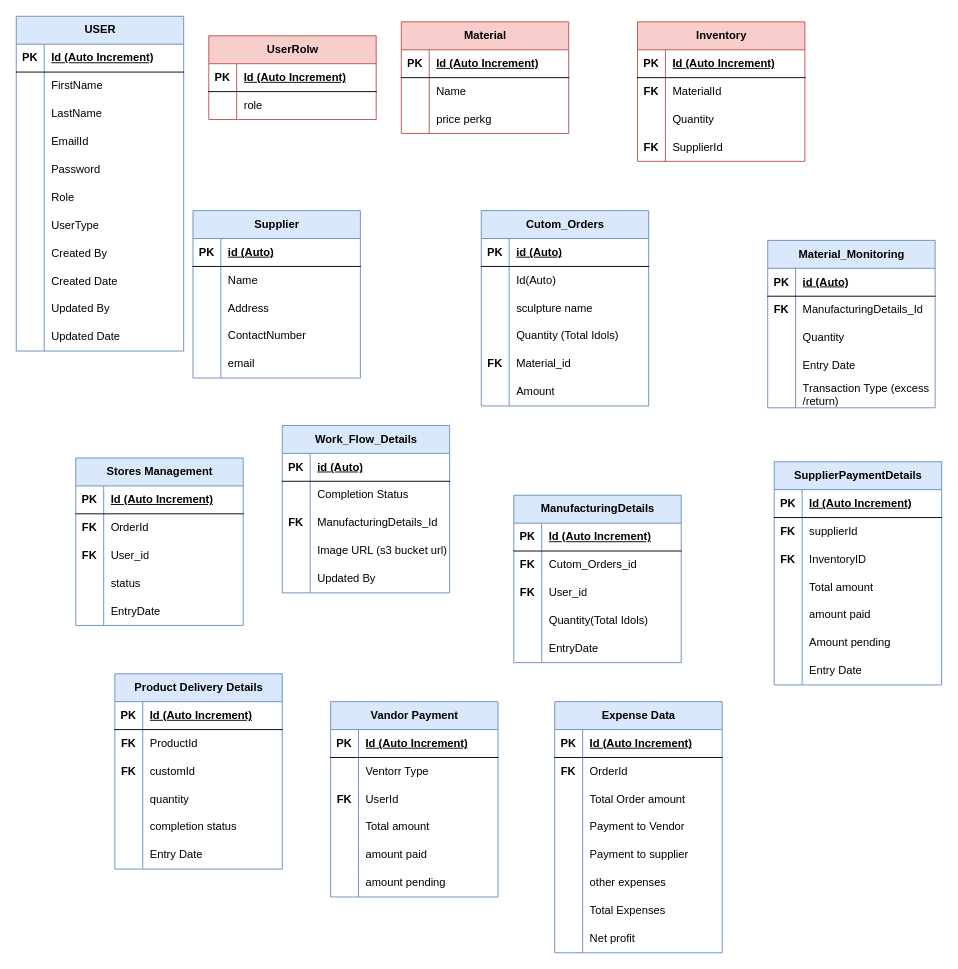
The draw.io diagram ER.drawio in praka07/trip-bis-aws, before the edit. Source tidied: cells renumbered, new cells numbered last; positions are measured from the earlier drawing's top-left corner, leaving out a move shared by most shapes. Both pictures are drawn from the tidied source at 93%, with x=0, y=0 at pixel (16, 16).
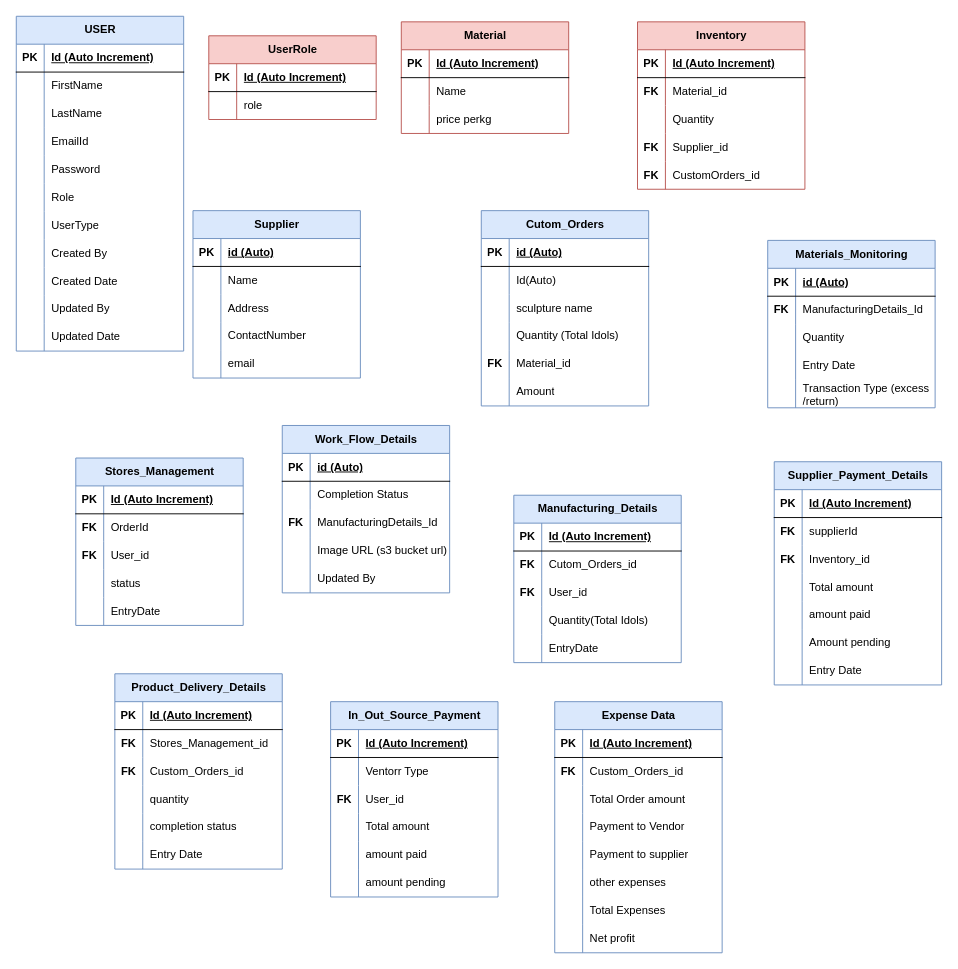
The same diagram, later.

The change refers to these unchanged cells:
```xml
<mxCell id="73" style="shape=tableRow;horizontal=0;startSize=0;swimlaneHead=0;swimlaneBody=0;fillColor=none;top=0;left=0;right=0;bottom=0;" parent="69" vertex="1">
  <mxGeometry y="60" width="180" height="30" as="geometry" />
</mxCell>
<mxCell id="79" style="shape=tableRow;horizontal=0;startSize=0;swimlaneHead=0;swimlaneBody=0;fillColor=none;top=0;left=0;right=0;bottom=0;" parent="69" vertex="1">
  <mxGeometry y="120" width="180" height="30" as="geometry" />
</mxCell>
<mxCell id="169" style="shape=tableRow;horizontal=0;startSize=0;swimlaneHead=0;swimlaneBody=0;fillColor=none;top=0;left=0;right=0;bottom=0;" parent="165" vertex="1">
  <mxGeometry y="60" width="180" height="30" as="geometry" />
</mxCell>
<mxCell id="172" style="shape=tableRow;horizontal=0;startSize=0;swimlaneHead=0;swimlaneBody=0;fillColor=none;top=0;left=0;right=0;bottom=0;" parent="165" vertex="1">
  <mxGeometry y="90" width="180" height="30" as="geometry" />
</mxCell>
<mxCell id="191" style="shape=tableRow;horizontal=0;startSize=0;swimlaneHead=0;swimlaneBody=0;fillColor=none;top=0;left=0;right=0;bottom=0;" parent="184" vertex="1">
  <mxGeometry y="90" width="180" height="30" as="geometry" />
</mxCell>
<mxCell id="213" style="shape=tableRow;horizontal=0;startSize=0;swimlaneHead=0;swimlaneBody=0;fillColor=none;top=0;left=0;right=0;bottom=0;" parent="206" vertex="1">
  <mxGeometry y="90" width="180" height="30" as="geometry" />
</mxCell>
<mxCell id="229" style="shape=tableRow;horizontal=0;startSize=0;swimlaneHead=0;swimlaneBody=0;fillColor=none;top=0;left=0;right=0;bottom=0;" parent="225" vertex="1">
  <mxGeometry y="60" width="180" height="30" as="geometry" />
</mxCell>
```

What changed in the source:
```diff
@@
-    <mxCell id="36" value="UserRolw" style="shape=table;startSize=30;childLayout=tableLayout;rowLines=0;fontStyle=1;align=center;html=1;fillColor=#f8cecc;strokeColor=#b85450;" parent="1" vertex="1">
+    <mxCell id="36" value="UserRole" style="shape=table;startSize=30;childLayout=tableLayout;rowLines=0;fontStyle=1;align=center;html=1;fillColor=#f8cecc;strokeColor=#b85450;" parent="1" vertex="1">
       <mxGeometry x="207" y="21" width="180" height="90" as="geometry" />
     </mxCell>
@@
     <mxCell id="69" value="Inventory" style="shape=table;startSize=30;childLayout=tableLayout;rowLines=0;fontStyle=1;align=center;html=1;fillColor=#f8cecc;strokeColor=#b85450;" parent="1" vertex="1">
-      <mxGeometry x="668" y="6" width="180" height="150" as="geometry" />
+      <mxGeometry x="668" y="6" width="180" height="180" as="geometry" />
     </mxCell>
@@
-    <mxCell id="75" value="MaterialId" style="shape=partialRectangle;fillColor=none;top=0;left=0;bottom=0;right=0;align=left;spacingLeft=6;overflow=hidden;whiteSpace=wrap;html=1;" parent="73" vertex="1">
+    <mxCell id="75" value="Material_id" style="shape=partialRectangle;fillColor=none;top=0;left=0;bottom=0;right=0;align=left;spacingLeft=6;overflow=hidden;whiteSpace=wrap;html=1;" parent="73" vertex="1">
       <mxGeometry x="30" width="150" height="30" as="geometry" />
     </mxCell>
@@
-    <mxCell id="81" value="SupplierId" style="shape=partialRectangle;fillColor=none;top=0;left=0;bottom=0;right=0;align=left;spacingLeft=6;overflow=hidden;whiteSpace=wrap;html=1;" parent="79" vertex="1">
+    <mxCell id="81" value="Supplier_id" style="shape=partialRectangle;fillColor=none;top=0;left=0;bottom=0;right=0;align=left;spacingLeft=6;overflow=hidden;whiteSpace=wrap;html=1;" parent="79" vertex="1">
       <mxGeometry x="30" width="150" height="30" as="geometry" />
     </mxCell>
+    <mxCell id="250" style="shape=tableRow;horizontal=0;startSize=0;swimlaneHead=0;swimlaneBody=0;fillColor=none;top=0;left=0;right=0;bottom=0;" parent="69" vertex="1">
+      <mxGeometry y="150" width="180" height="30" as="geometry" />
+    </mxCell>
+    <mxCell id="251" value="&lt;b style=&quot;border-color: var(--border-color);&quot;&gt;FK&lt;/b&gt;" style="shape=partialRectangle;fillColor=none;top=0;left=0;bottom=0;right=0;overflow=hidden;whiteSpace=wrap;html=1;" parent="250" vertex="1">
+      <mxGeometry width="30" height="30" as="geometry" />
+    </mxCell>
+    <mxCell id="252" value="CustomOrders_id" style="shape=partialRectangle;fillColor=none;top=0;left=0;bottom=0;right=0;align=left;spacingLeft=6;overflow=hidden;whiteSpace=wrap;html=1;" parent="250" vertex="1">
+      <mxGeometry x="30" width="150" height="30" as="geometry" />
+    </mxCell>
@@
-    <mxCell id="101" value="ManufacturingDetails" style="shape=table;startSize=30;childLayout=tableLayout;rowLines=0;fontStyle=1;align=center;html=1;fillColor=#dae8fc;strokeColor=#6c8ebf;" parent="1" vertex="1">
+    <mxCell id="101" value="Manufacturing_Details" style="shape=table;startSize=30;childLayout=tableLayout;rowLines=0;fontStyle=1;align=center;html=1;fillColor=#dae8fc;strokeColor=#6c8ebf;" parent="1" vertex="1">
       <mxGeometry x="535" y="515" width="180" height="180" as="geometry" />
     </mxCell>
@@
-    <mxCell id="133" value="Material_Monitoring" style="shape=table;startSize=30;childLayout=tableLayout;rowLines=0;fontStyle=1;align=center;html=1;fillColor=#dae8fc;strokeColor=#6c8ebf;" parent="1" vertex="1">
+    <mxCell id="133" value="Materials_Monitoring" style="shape=table;startSize=30;childLayout=tableLayout;rowLines=0;fontStyle=1;align=center;html=1;fillColor=#dae8fc;strokeColor=#6c8ebf;" parent="1" vertex="1">
       <mxGeometry x="808" y="241" width="180" height="180" as="geometry" />
     </mxCell>
@@
-    <mxCell id="149" value="Stores Management" style="shape=table;startSize=30;childLayout=tableLayout;rowLines=0;fontStyle=1;align=center;html=1;fillColor=#dae8fc;strokeColor=#6c8ebf;" parent="1" vertex="1">
+    <mxCell id="149" value="Stores_Management" style="shape=table;startSize=30;childLayout=tableLayout;rowLines=0;fontStyle=1;align=center;html=1;fillColor=#dae8fc;strokeColor=#6c8ebf;" parent="1" vertex="1">
       <mxGeometry x="64" y="475" width="180" height="180" as="geometry" />
     </mxCell>
@@
-    <mxCell id="165" value="Product Delivery Details" style="shape=table;startSize=30;childLayout=tableLayout;rowLines=0;fontStyle=1;align=center;html=1;fillColor=#dae8fc;strokeColor=#6c8ebf;" parent="1" vertex="1">
+    <mxCell id="165" value="Product_Delivery_Details" style="shape=table;startSize=30;childLayout=tableLayout;rowLines=0;fontStyle=1;align=center;html=1;fillColor=#dae8fc;strokeColor=#6c8ebf;" parent="1" vertex="1">
       <mxGeometry x="106" y="707" width="180" height="210" as="geometry" />
     </mxCell>
@@
-    <mxCell id="171" value="ProductId" style="shape=partialRectangle;fillColor=none;top=0;left=0;bottom=0;right=0;align=left;spacingLeft=6;overflow=hidden;whiteSpace=wrap;html=1;" parent="169" vertex="1">
+    <mxCell id="171" value="Stores_Management_id" style="shape=partialRectangle;fillColor=none;top=0;left=0;bottom=0;right=0;align=left;spacingLeft=6;overflow=hidden;whiteSpace=wrap;html=1;" parent="169" vertex="1">
       <mxGeometry x="30" width="150" height="30" as="geometry" />
     </mxCell>
@@
-    <mxCell id="174" value="customId" style="shape=partialRectangle;fillColor=none;top=0;left=0;bottom=0;right=0;align=left;spacingLeft=6;overflow=hidden;whiteSpace=wrap;html=1;" parent="172" vertex="1">
+    <mxCell id="174" value="Custom_Orders_id" style="shape=partialRectangle;fillColor=none;top=0;left=0;bottom=0;right=0;align=left;spacingLeft=6;overflow=hidden;whiteSpace=wrap;html=1;" parent="172" vertex="1">
       <mxGeometry x="30" width="150" height="30" as="geometry" />
     </mxCell>
@@
-    <mxCell id="184" value="SupplierPaymentDetails" style="shape=table;startSize=30;childLayout=tableLayout;rowLines=0;fontStyle=1;align=center;html=1;fillColor=#dae8fc;strokeColor=#6c8ebf;" parent="1" vertex="1">
+    <mxCell id="184" value="Supplier_Payment_Details" style="shape=table;startSize=30;childLayout=tableLayout;rowLines=0;fontStyle=1;align=center;html=1;fillColor=#dae8fc;strokeColor=#6c8ebf;" parent="1" vertex="1">
       <mxGeometry x="815" y="479" width="180" height="240" as="geometry" />
     </mxCell>
@@
-    <mxCell id="193" value="InventoryID" style="shape=partialRectangle;fillColor=none;top=0;left=0;bottom=0;right=0;align=left;spacingLeft=6;overflow=hidden;whiteSpace=wrap;html=1;" parent="191" vertex="1">
+    <mxCell id="193" value="Inventory_id" style="shape=partialRectangle;fillColor=none;top=0;left=0;bottom=0;right=0;align=left;spacingLeft=6;overflow=hidden;whiteSpace=wrap;html=1;" parent="191" vertex="1">
       <mxGeometry x="30" width="150" height="30" as="geometry" />
     </mxCell>
@@
-    <mxCell id="206" value="Vandor Payment" style="shape=table;startSize=30;childLayout=tableLayout;rowLines=0;fontStyle=1;align=center;html=1;fillColor=#dae8fc;strokeColor=#6c8ebf;" parent="1" vertex="1">
+    <mxCell id="206" value="In_Out_Source_Payment" style="shape=table;startSize=30;childLayout=tableLayout;rowLines=0;fontStyle=1;align=center;html=1;fillColor=#dae8fc;strokeColor=#6c8ebf;" parent="1" vertex="1">
       <mxGeometry x="338" y="737" width="180" height="210" as="geometry" />
     </mxCell>
@@
-    <mxCell id="215" value="UserId" style="shape=partialRectangle;fillColor=none;top=0;left=0;bottom=0;right=0;align=left;spacingLeft=6;overflow=hidden;whiteSpace=wrap;html=1;" parent="213" vertex="1">
+    <mxCell id="215" value="User_id" style="shape=partialRectangle;fillColor=none;top=0;left=0;bottom=0;right=0;align=left;spacingLeft=6;overflow=hidden;whiteSpace=wrap;html=1;" parent="213" vertex="1">
       <mxGeometry x="30" width="150" height="30" as="geometry" />
     </mxCell>
@@
-    <mxCell id="231" value="OrderId" style="shape=partialRectangle;fillColor=none;top=0;left=0;bottom=0;right=0;align=left;spacingLeft=6;overflow=hidden;whiteSpace=wrap;html=1;" parent="229" vertex="1">
+    <mxCell id="231" value="Custom_Orders_id" style="shape=partialRectangle;fillColor=none;top=0;left=0;bottom=0;right=0;align=left;spacingLeft=6;overflow=hidden;whiteSpace=wrap;html=1;" parent="229" vertex="1">
       <mxGeometry x="30" width="150" height="30" as="geometry" />
     </mxCell>
```
